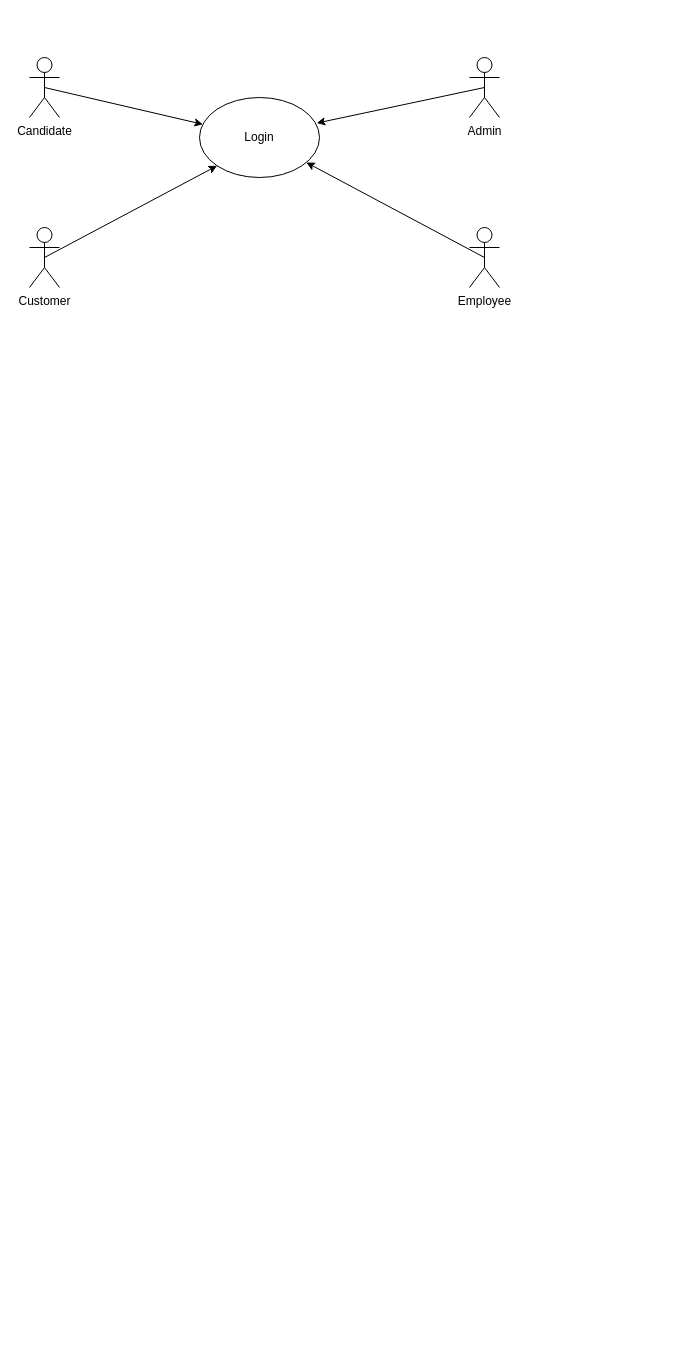
Above: Untitled Diagram.drawio in sglbl/CSE-101 (draw.io), before the change. Source tidied: cells renumbered, new cells numbered last; positions are measured from the earlier drawing's top-left corner, leaving out a move shared by most shapes. Both pictures are drawn from the tidied source at 100%, with x=0, y=0 at pixel (29, 57).
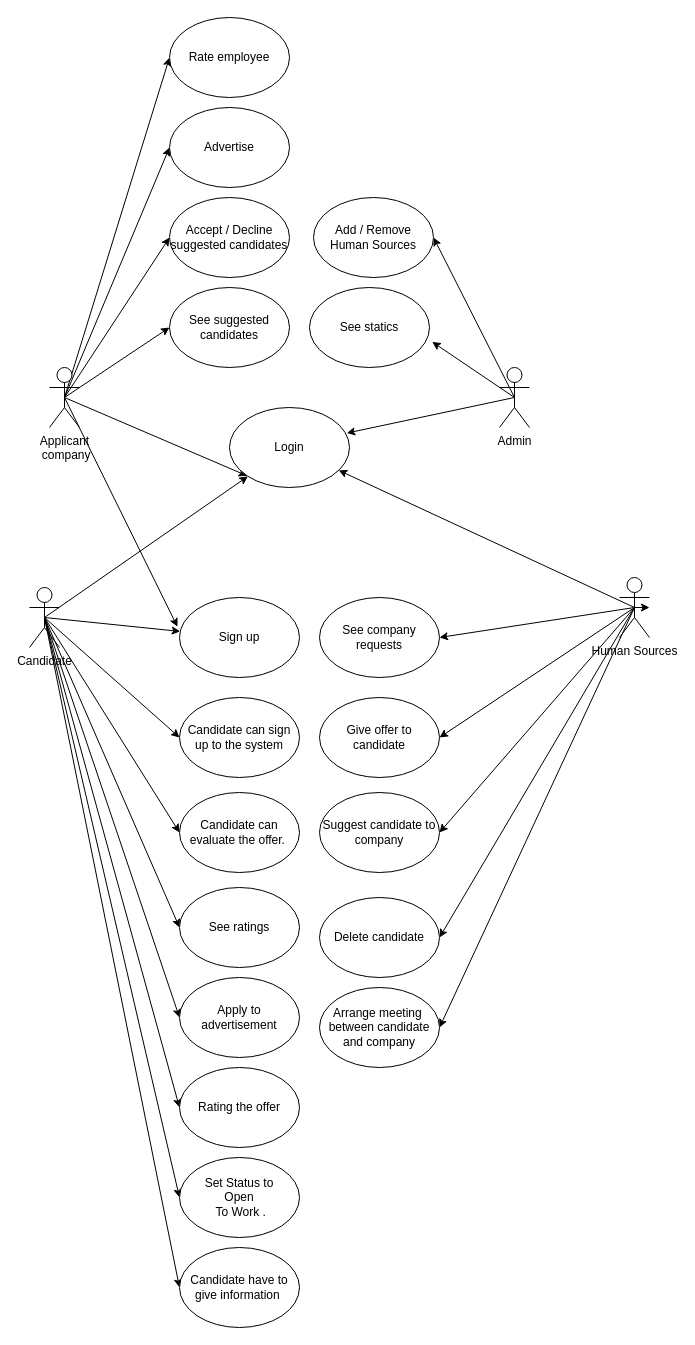
Above is the later version.

Diff of the diagram source:
```diff
@@
+    <mxCell id="11" style="edgeStyle=none;rounded=0;jettySize=auto;html=1;exitX=0.5;exitY=0.5;exitDx=0;exitDy=0;exitPerimeter=0;entryX=1.023;entryY=0.68;entryDx=0;entryDy=0;entryPerimeter=0;" parent="1" edge="1" source="3" target="31">
+      <mxGeometry relative="1" as="geometry" />
+    </mxCell>
+    <mxCell id="12" style="edgeStyle=none;rounded=0;jettySize=auto;html=1;exitX=0.5;exitY=0.5;exitDx=0;exitDy=0;exitPerimeter=0;entryX=1;entryY=0.5;entryDx=0;entryDy=0;" parent="1" edge="1" source="3" target="50">
+      <mxGeometry relative="1" as="geometry" />
+    </mxCell>
     <mxCell id="3" value="Admin" style="shape=umlActor;verticalLabelPosition=bottom;verticalAlign=top;html=1;outlineConnect=0;" parent="1" vertex="1">
-      <mxGeometry x="440" width="30" height="60" as="geometry" />
+      <mxGeometry x="470" y="310" width="30" height="60" as="geometry" />
     </mxCell>
@@
+    <mxCell id="13" style="edgeStyle=none;rounded=0;jettySize=auto;html=1;exitX=0.5;exitY=0.5;exitDx=0;exitDy=0;exitPerimeter=0;" parent="1" edge="1" source="5" target="32">
+      <mxGeometry relative="1" as="geometry" />
+    </mxCell>
+    <mxCell id="14" style="edgeStyle=none;rounded=0;jettySize=auto;html=1;exitX=0.5;exitY=0.5;exitDx=0;exitDy=0;exitPerimeter=0;entryX=0;entryY=0.5;entryDx=0;entryDy=0;" parent="1" edge="1" source="5" target="33">
+      <mxGeometry relative="1" as="geometry" />
+    </mxCell>
+    <mxCell id="15" style="edgeStyle=none;rounded=0;jettySize=auto;html=1;exitX=0.5;exitY=0.5;exitDx=0;exitDy=0;exitPerimeter=0;entryX=0;entryY=0.5;entryDx=0;entryDy=0;" parent="1" edge="1" source="5" target="34">
+      <mxGeometry relative="1" as="geometry" />
+    </mxCell>
+    <mxCell id="16" style="edgeStyle=none;rounded=0;jettySize=auto;html=1;exitX=0.5;exitY=0.5;exitDx=0;exitDy=0;exitPerimeter=0;entryX=0;entryY=0.5;entryDx=0;entryDy=0;" parent="1" edge="1" source="5" target="36">
+      <mxGeometry relative="1" as="geometry" />
+    </mxCell>
+    <mxCell id="17" style="edgeStyle=none;rounded=0;jettySize=auto;html=1;exitX=0.5;exitY=0.5;exitDx=0;exitDy=0;exitPerimeter=0;entryX=0;entryY=0.5;entryDx=0;entryDy=0;" parent="1" edge="1" source="5" target="37">
+      <mxGeometry relative="1" as="geometry" />
+    </mxCell>
+    <mxCell id="18" style="edgeStyle=none;rounded=0;jettySize=auto;html=1;exitX=0.5;exitY=0.5;exitDx=0;exitDy=0;exitPerimeter=0;entryX=0;entryY=0.5;entryDx=0;entryDy=0;" parent="1" edge="1" source="5" target="39">
+      <mxGeometry relative="1" as="geometry" />
+    </mxCell>
+    <mxCell id="19" style="edgeStyle=none;rounded=0;jettySize=auto;html=1;exitX=0.5;exitY=0.5;exitDx=0;exitDy=0;exitPerimeter=0;entryX=0;entryY=0.5;entryDx=0;entryDy=0;" parent="1" edge="1" source="5" target="38">
+      <mxGeometry relative="1" as="geometry" />
+    </mxCell>
+    <mxCell id="20" style="edgeStyle=none;rounded=0;jettySize=auto;html=1;exitX=0.5;exitY=0.5;exitDx=0;exitDy=0;exitPerimeter=0;entryX=0;entryY=0.5;entryDx=0;entryDy=0;" parent="1" edge="1" source="5" target="35">
+      <mxGeometry relative="1" as="geometry" />
+    </mxCell>
     <mxCell id="5" value="Candidate" style="shape=umlActor;verticalLabelPosition=bottom;verticalAlign=top;html=1;outlineConnect=0;" parent="1" vertex="1">
-      <mxGeometry width="30" height="60" as="geometry" />
+      <mxGeometry y="530" width="30" height="60" as="geometry" />
     </mxCell>
@@
+    <mxCell id="21" style="edgeStyle=none;rounded=0;jettySize=auto;html=1;exitX=0.5;exitY=0.5;exitDx=0;exitDy=0;exitPerimeter=0;entryX=-0.017;entryY=0.365;entryDx=0;entryDy=0;entryPerimeter=0;" parent="1" edge="1" source="7" target="32">
+      <mxGeometry relative="1" as="geometry" />
+    </mxCell>
+    <mxCell id="22" style="edgeStyle=none;rounded=0;jettySize=auto;html=1;exitX=0.5;exitY=0.5;exitDx=0;exitDy=0;exitPerimeter=0;entryX=0;entryY=0.5;entryDx=0;entryDy=0;" parent="1" edge="1" source="7" target="46">
+      <mxGeometry relative="1" as="geometry" />
+    </mxCell>
+    <mxCell id="23" style="edgeStyle=none;rounded=0;jettySize=auto;html=1;exitX=0.5;exitY=0.5;exitDx=0;exitDy=0;exitPerimeter=0;entryX=0;entryY=0.5;entryDx=0;entryDy=0;" parent="1" edge="1" source="7" target="47">
+      <mxGeometry relative="1" as="geometry" />
+    </mxCell>
+    <mxCell id="24" style="edgeStyle=none;rounded=0;jettySize=auto;html=1;exitX=0.5;exitY=0.5;exitDx=0;exitDy=0;exitPerimeter=0;entryX=0;entryY=0.5;entryDx=0;entryDy=0;" parent="1" edge="1" source="7" target="48">
+      <mxGeometry relative="1" as="geometry" />
+    </mxCell>
+    <mxCell id="25" style="edgeStyle=none;rounded=0;jettySize=auto;html=1;exitX=0.5;exitY=0.5;exitDx=0;exitDy=0;exitPerimeter=0;entryX=0;entryY=0.5;entryDx=0;entryDy=0;" parent="1" edge="1" source="7" target="49">
+      <mxGeometry relative="1" as="geometry" />
+    </mxCell>
-    <mxCell id="7" value="Customer" style="shape=umlActor;verticalLabelPosition=bottom;verticalAlign=top;html=1;outlineConnect=0;" parent="1" vertex="1">
-      <mxGeometry y="170" width="30" height="60" as="geometry" />
+    <mxCell id="7" value="Applicant&lt;br&gt;&amp;nbsp;company" style="shape=umlActor;verticalLabelPosition=bottom;verticalAlign=top;html=1;outlineConnect=0;" parent="1" vertex="1">
+      <mxGeometry x="20" y="310" width="30" height="60" as="geometry" />
     </mxCell>
-    <mxCell id="8" style="edgeStyle=none;rounded=0;jettySize=auto;html=1;exitX=0.5;exitY=0.5;exitDx=0;exitDy=0;exitPerimeter=0;" parent="1" edge="1" source="9" target="10">
-      <mxGeometry relative="1" as="geometry" />
+    <mxCell id="8" style="edgeStyle=none;rounded=0;jettySize=auto;html=1;exitX=0.5;exitY=0.5;exitDx=0;exitDy=0;exitPerimeter=0;" parent="1" edge="1" target="10">
+      <mxGeometry relative="1" as="geometry">
+        <mxPoint x="605" y="550" as="sourcePoint" />
+      </mxGeometry>
     </mxCell>
+    <mxCell id="26" style="edgeStyle=none;rounded=0;jettySize=auto;html=1;exitX=0.5;exitY=0.5;exitDx=0;exitDy=0;exitPerimeter=0;entryX=1;entryY=0.5;entryDx=0;entryDy=0;" parent="1" edge="1" target="40">
+      <mxGeometry relative="1" as="geometry">
+        <mxPoint x="605" y="550" as="sourcePoint" />
+      </mxGeometry>
+    </mxCell>
+    <mxCell id="27" style="edgeStyle=none;rounded=0;jettySize=auto;html=1;exitX=0.5;exitY=0.5;exitDx=0;exitDy=0;exitPerimeter=0;entryX=1;entryY=0.5;entryDx=0;entryDy=0;" parent="1" edge="1" target="41">
+      <mxGeometry relative="1" as="geometry">
+        <mxPoint x="605" y="550" as="sourcePoint" />
+      </mxGeometry>
+    </mxCell>
+    <mxCell id="28" style="edgeStyle=none;rounded=0;jettySize=auto;html=1;exitX=0.5;exitY=0.5;exitDx=0;exitDy=0;exitPerimeter=0;entryX=1;entryY=0.5;entryDx=0;entryDy=0;" parent="1" edge="1" target="42">
+      <mxGeometry relative="1" as="geometry">
+        <mxPoint x="605" y="550" as="sourcePoint" />
+      </mxGeometry>
+    </mxCell>
+    <mxCell id="29" style="edgeStyle=none;rounded=0;jettySize=auto;html=1;exitX=0.5;exitY=0.5;exitDx=0;exitDy=0;exitPerimeter=0;entryX=1;entryY=0.5;entryDx=0;entryDy=0;" parent="1" edge="1" target="43">
+      <mxGeometry relative="1" as="geometry">
+        <mxPoint x="605" y="550" as="sourcePoint" />
+      </mxGeometry>
+    </mxCell>
+    <mxCell id="30" style="edgeStyle=none;rounded=0;jettySize=auto;html=1;exitX=0.5;exitY=0.5;exitDx=0;exitDy=0;exitPerimeter=0;entryX=1;entryY=0.5;entryDx=0;entryDy=0;" parent="1" edge="1" source="9" target="44">
+      <mxGeometry relative="1" as="geometry" />
+    </mxCell>
+    <mxCell id="10" value="Login" style="ellipse;whiteSpace=wrap;html=1;" parent="1" vertex="1">
+      <mxGeometry x="200" y="350" width="120" height="80" as="geometry" />
+    </mxCell>
+    <mxCell id="31" value="See statics" style="ellipse;whiteSpace=wrap;html=1;" parent="1" vertex="1">
+      <mxGeometry x="280" y="230" width="120" height="80" as="geometry" />
+    </mxCell>
+    <mxCell id="32" value="Sign up" style="ellipse;whiteSpace=wrap;html=1;" parent="1" vertex="1">
+      <mxGeometry x="150" y="540" width="120" height="80" as="geometry" />
+    </mxCell>
+    <mxCell id="33" value="Candidate can sign up to the system" style="ellipse;whiteSpace=wrap;html=1;" parent="1" vertex="1">
+      <mxGeometry x="150" y="640" width="120" height="80" as="geometry" />
+    </mxCell>
+    <mxCell id="34" value="Candidate can evaluate the offer.&amp;nbsp;" style="ellipse;whiteSpace=wrap;html=1;" parent="1" vertex="1">
+      <mxGeometry x="150" y="735" width="120" height="80" as="geometry" />
+    </mxCell>
+    <mxCell id="35" value="Candidate have to give information&amp;nbsp;" style="ellipse;whiteSpace=wrap;html=1;" parent="1" vertex="1">
+      <mxGeometry x="150" y="1190" width="120" height="80" as="geometry" />
+    </mxCell>
+    <mxCell id="36" value="See ratings" style="ellipse;whiteSpace=wrap;html=1;" parent="1" vertex="1">
+      <mxGeometry x="150" y="830" width="120" height="80" as="geometry" />
+    </mxCell>
+    <mxCell id="37" value="Apply to advertisement" style="ellipse;whiteSpace=wrap;html=1;" parent="1" vertex="1">
+      <mxGeometry x="150" y="920" width="120" height="80" as="geometry" />
+    </mxCell>
+    <mxCell id="38" value="Set Status to &lt;br&gt;Open&lt;br&gt;&amp;nbsp;To Work ." style="ellipse;whiteSpace=wrap;html=1;" parent="1" vertex="1">
+      <mxGeometry x="150" y="1100" width="120" height="80" as="geometry" />
+    </mxCell>
+    <mxCell id="39" value="Rating the offer" style="ellipse;whiteSpace=wrap;html=1;" parent="1" vertex="1">
+      <mxGeometry x="150" y="1010" width="120" height="80" as="geometry" />
+    </mxCell>
+    <mxCell id="40" value="See company requests" style="ellipse;whiteSpace=wrap;html=1;" parent="1" vertex="1">
+      <mxGeometry x="290" y="540" width="120" height="80" as="geometry" />
+    </mxCell>
+    <mxCell id="41" value="Give offer to candidate" style="ellipse;whiteSpace=wrap;html=1;" parent="1" vertex="1">
+      <mxGeometry x="290" y="640" width="120" height="80" as="geometry" />
+    </mxCell>
+    <mxCell id="42" value="Suggest candidate to company" style="ellipse;whiteSpace=wrap;html=1;" parent="1" vertex="1">
+      <mxGeometry x="290" y="735" width="120" height="80" as="geometry" />
+    </mxCell>
+    <mxCell id="43" value="Delete candidate" style="ellipse;whiteSpace=wrap;html=1;" parent="1" vertex="1">
+      <mxGeometry x="290" y="840" width="120" height="80" as="geometry" />
+    </mxCell>
+    <mxCell id="44" value="Arrange meeting&amp;nbsp; between candidate and company" style="ellipse;whiteSpace=wrap;html=1;" parent="1" vertex="1">
+      <mxGeometry x="290" y="930" width="120" height="80" as="geometry" />
+    </mxCell>
-    <mxCell id="9" value="Employee" style="shape=umlActor;verticalLabelPosition=bottom;verticalAlign=top;html=1;outlineConnect=0;" parent="1" vertex="1">
-      <mxGeometry x="440" y="170" width="30" height="60" as="geometry" />
+    <mxCell id="9" value="Human Sources" style="shape=umlActor;verticalLabelPosition=bottom;verticalAlign=top;html=1;outlineConnect=0;" parent="1" vertex="1">
+      <mxGeometry x="590" y="520" width="30" height="60" as="geometry" />
     </mxCell>
-    <mxCell id="10" value="Login" style="ellipse;whiteSpace=wrap;html=1;" parent="1" vertex="1">
-      <mxGeometry x="170" y="40" width="120" height="80" as="geometry" />
-    </mxCell>
+    <mxCell id="45" style="edgeStyle=none;rounded=0;jettySize=auto;html=1;exitX=0.5;exitY=0.5;exitDx=0;exitDy=0;exitPerimeter=0;entryX=1;entryY=0.5;entryDx=0;entryDy=0;" parent="1" edge="1" target="9">
+      <mxGeometry relative="1" as="geometry">
+        <mxPoint x="605" y="550" as="sourcePoint" />
+      </mxGeometry>
+    </mxCell>
+    <mxCell id="46" value="See suggested candidates" style="ellipse;whiteSpace=wrap;html=1;" parent="1" vertex="1">
+      <mxGeometry x="140" y="230" width="120" height="80" as="geometry" />
+    </mxCell>
+    <mxCell id="47" value="Accept / Decline suggested candidates" style="ellipse;whiteSpace=wrap;html=1;" parent="1" vertex="1">
+      <mxGeometry x="140" y="140" width="120" height="80" as="geometry" />
+    </mxCell>
+    <mxCell id="48" value="Advertise" style="ellipse;whiteSpace=wrap;html=1;" parent="1" vertex="1">
+      <mxGeometry x="140" y="50" width="120" height="80" as="geometry" />
+    </mxCell>
+    <mxCell id="49" value="Rate employee" style="ellipse;whiteSpace=wrap;html=1;" parent="1" vertex="1">
+      <mxGeometry x="140" y="-40" width="120" height="80" as="geometry" />
+    </mxCell>
+    <mxCell id="50" value="&lt;span&gt;Add / Remove &lt;br&gt;Human Sources&lt;/span&gt;" style="ellipse;whiteSpace=wrap;html=1;" parent="1" vertex="1">
+      <mxGeometry x="284" y="140" width="120" height="80" as="geometry" />
+    </mxCell>
```
